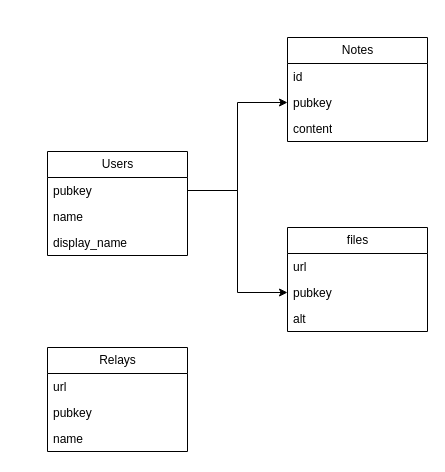
misesdev/nostrwiki keeps this draw.io diagram as docs/database-diagram.drawio. Above is the earlier version. Source tidied: cells renumbered, new cells numbered last; positions are measured from the earlier drawing's top-left corner, leaving out a move shared by most shapes. Both pictures are drawn from the tidied source at 100%, with x=0, y=0 at pixel (47, 37).
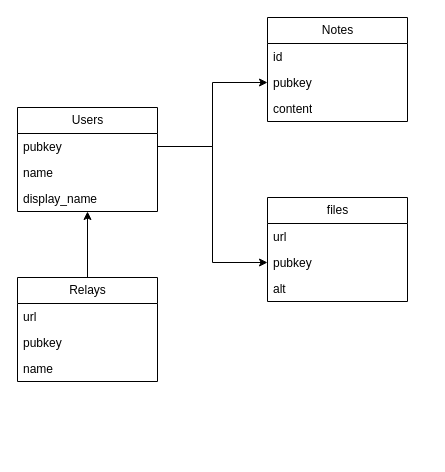
The same page after the edit.

The edit, as a diff of the source:
```diff
@@
     <mxCell id="2" value="Users" style="swimlane;fontStyle=0;horizontal=1;startSize=26;fillColor=none;html=1;" parent="1" vertex="1">
-      <mxGeometry y="114" width="140" height="104" as="geometry" />
+      <mxGeometry x="-30" y="70" width="140" height="104" as="geometry" />
     </mxCell>
@@
     <mxCell id="6" value="Notes" style="swimlane;fontStyle=0;horizontal=1;startSize=26;fillColor=none;html=1;" parent="1" vertex="1">
-      <mxGeometry x="240" width="140" height="104" as="geometry" />
+      <mxGeometry x="220" y="-20" width="140" height="104" as="geometry" />
     </mxCell>
@@
     <mxCell id="11" value="files" style="swimlane;fontStyle=0;horizontal=1;startSize=26;fillColor=none;html=1;" parent="1" vertex="1">
-      <mxGeometry x="240" y="190" width="140" height="104" as="geometry" />
+      <mxGeometry x="220" y="160" width="140" height="104" as="geometry" />
     </mxCell>
@@
+    <mxCell id="20" style="edgeStyle=orthogonalEdgeStyle;rounded=0;jettySize=auto;html=1;entryX=0.5;entryY=1;entryDx=0;entryDy=0;" parent="1" edge="1" source="16" target="2">
+      <mxGeometry relative="1" as="geometry" />
+    </mxCell>
     <mxCell id="16" value="Relays" style="swimlane;fontStyle=0;horizontal=1;startSize=26;fillColor=none;html=1;" parent="1" vertex="1">
-      <mxGeometry y="310" width="140" height="104" as="geometry" />
+      <mxGeometry x="-30" y="240" width="140" height="104" as="geometry" />
     </mxCell>
```
